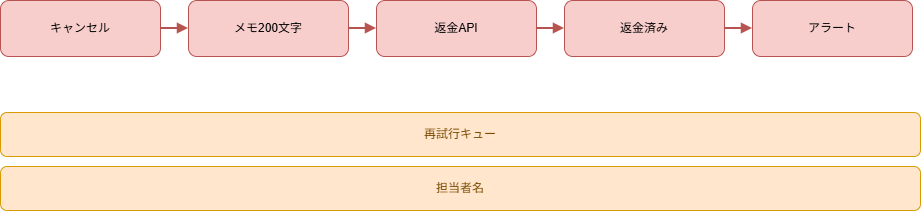
kaku3/workbooks keeps this draw.io diagram as docs/zukai-drill/data/diagrams/easy-refund-flow_bad-diagram.drawio.png. Above is the earlier version. Source tidied: cells renumbered, new cells last; positions are measured from the earlier drawing's top-left corner, leaving out a move shared by most shapes.
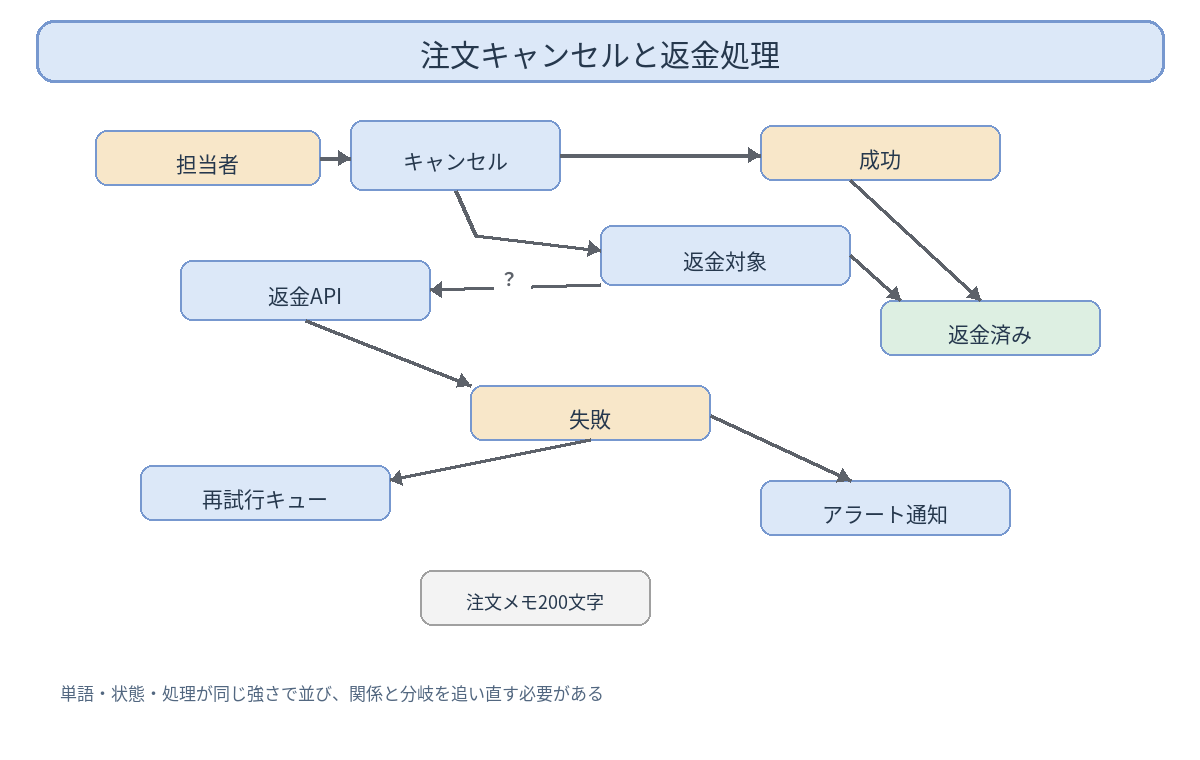
After the change.

Diff of the diagram source:
```diff
@@ -2,38 +2,65 @@
   <root>
     <mxCell id="0" />
     <mxCell id="1" parent="0" />
+    <mxCell id="13" value="注文キャンセルと返金処理" style="rounded=1;whiteSpace=wrap;html=1;fillColor=#DCE8F8;strokeColor=#7798CF;fontSize=24;" parent="1" vertex="1">
+      <mxGeometry x="-4" y="-70" width="1128" height="62" as="geometry" />
+    </mxCell>
+    <mxCell id="14" value="担当者" style="rounded=1;whiteSpace=wrap;html=1;fillColor=#F8E7C9;strokeColor=#7798CF;fontColor=#26384D;fontSize=20;" parent="1" vertex="1">
+      <mxGeometry x="55" y="40" width="225" height="55" as="geometry" />
+    </mxCell>
-    <mxCell id="2" value="キャンセル" style="rounded=1;whiteSpace=wrap;html=1;fillColor=#f8cecc;strokeColor=#b85450;" parent="1" vertex="1">
-      <mxGeometry width="160" height="56" as="geometry" />
+    <mxCell id="2" value="キャンセル" style="rounded=1;whiteSpace=wrap;html=1;fillColor=#DCE8F8;strokeColor=#7798CF;fontColor=#26384D;fontSize=20;" parent="1" vertex="1">
+      <mxGeometry x="310" y="30" width="210" height="70" as="geometry" />
     </mxCell>
-    <mxCell id="3" value="メモ200文字" style="rounded=1;whiteSpace=wrap;html=1;fillColor=#f8cecc;strokeColor=#b85450;" parent="1" vertex="1">
-      <mxGeometry x="188" width="160" height="56" as="geometry" />
-    </mxCell>
-    <mxCell id="4" style="endArrow=block;html=1;rounded=0;strokeColor=#b85450;strokeWidth=2;" parent="1" edge="1" source="2" target="3">
-      <mxGeometry relative="1" as="geometry" />
-    </mxCell>
+    <mxCell id="15" value="成功" style="rounded=1;whiteSpace=wrap;html=1;fillColor=#F8E7C9;strokeColor=#7798CF;fontColor=#26384D;fontSize=20;" parent="1" vertex="1">
+      <mxGeometry x="720" y="35" width="240" height="55" as="geometry" />
+    </mxCell>
+    <mxCell id="16" value="返金対象" style="rounded=1;whiteSpace=wrap;html=1;fillColor=#DCE8F8;strokeColor=#7798CF;fontColor=#26384D;fontSize=20;" parent="1" vertex="1">
+      <mxGeometry x="560" y="135" width="250" height="60" as="geometry" />
+    </mxCell>
-    <mxCell id="5" value="返金API" style="rounded=1;whiteSpace=wrap;html=1;fillColor=#f8cecc;strokeColor=#b85450;" parent="1" vertex="1">
-      <mxGeometry x="376" width="160" height="56" as="geometry" />
+    <mxCell id="5" value="返金API" style="rounded=1;whiteSpace=wrap;html=1;fillColor=#DCE8F8;strokeColor=#7798CF;fontColor=#26384D;fontSize=20;" parent="1" vertex="1">
+      <mxGeometry x="140" y="170" width="250" height="60" as="geometry" />
     </mxCell>
-    <mxCell id="6" style="endArrow=block;html=1;rounded=0;strokeColor=#b85450;strokeWidth=2;" parent="1" edge="1" source="3" target="5">
-      <mxGeometry relative="1" as="geometry" />
-    </mxCell>
-    <mxCell id="7" value="返金済み" style="rounded=1;whiteSpace=wrap;html=1;fillColor=#f8cecc;strokeColor=#b85450;" parent="1" vertex="1">
-      <mxGeometry x="564" width="160" height="56" as="geometry" />
+    <mxCell id="7" value="返金済み" style="rounded=1;whiteSpace=wrap;html=1;fillColor=#DDEFE2;strokeColor=#7798CF;fontColor=#26384D;fontSize=20;" parent="1" vertex="1">
+      <mxGeometry x="840" y="210" width="220" height="55" as="geometry" />
     </mxCell>
-    <mxCell id="8" style="endArrow=block;html=1;rounded=0;strokeColor=#b85450;strokeWidth=2;" parent="1" edge="1" source="5" target="7">
-      <mxGeometry relative="1" as="geometry" />
-    </mxCell>
-    <mxCell id="9" value="アラート" style="rounded=1;whiteSpace=wrap;html=1;fillColor=#f8cecc;strokeColor=#b85450;" parent="1" vertex="1">
-      <mxGeometry x="752" width="160" height="56" as="geometry" />
-    </mxCell>
-    <mxCell id="10" style="endArrow=block;html=1;rounded=0;strokeColor=#b85450;strokeWidth=2;" parent="1" edge="1" source="7" target="9">
-      <mxGeometry relative="1" as="geometry" />
-    </mxCell>
+    <mxCell id="17" value="失敗" style="rounded=1;whiteSpace=wrap;html=1;fillColor=#F8E7C9;strokeColor=#7798CF;fontColor=#26384D;fontSize=20;" parent="1" vertex="1">
+      <mxGeometry x="430" y="295" width="240" height="55" as="geometry" />
+    </mxCell>
-    <mxCell id="11" value="再試行キュー" style="rounded=1;whiteSpace=wrap;html=1;fillColor=#ffe6cc;strokeColor=#d79b00;fontColor=#7a4a00;" parent="1" vertex="1">
-      <mxGeometry y="112" width="920" height="44" as="geometry" />
+    <mxCell id="11" value="再試行キュー" style="rounded=1;whiteSpace=wrap;html=1;fillColor=#DCE8F8;strokeColor=#7798CF;fontColor=#26384D;fontSize=20;" parent="1" vertex="1">
+      <mxGeometry x="100" y="375" width="250" height="55" as="geometry" />
     </mxCell>
-    <mxCell id="12" value="担当者名" style="rounded=1;whiteSpace=wrap;html=1;fillColor=#ffe6cc;strokeColor=#d79b00;fontColor=#7a4a00;" parent="1" vertex="1">
-      <mxGeometry y="166" width="920" height="44" as="geometry" />
-    </mxCell>
+    <mxCell id="18" value="アラート通知" style="rounded=1;whiteSpace=wrap;html=1;fillColor=#DCE8F8;strokeColor=#7798CF;fontColor=#26384D;fontSize=20;" parent="1" vertex="1">
+      <mxGeometry x="720" y="390" width="250" height="55" as="geometry" />
+    </mxCell>
+    <mxCell id="19" value="注文メモ200文字" style="rounded=1;whiteSpace=wrap;html=1;fillColor=#F3F3F3;strokeColor=#7798CF;fontColor=#26384D;fontSize=20;" parent="1" vertex="1">
+      <mxGeometry x="380" y="480" width="230" height="55" as="geometry" />
+    </mxCell>
+    <mxCell id="20" style="edgeStyle=orthogonalEdgeStyle;rounded=0;jettySize=auto;html=1;endArrow=block;endFill=1;strokeColor=#5D626A;fontColor=#26384D;fontSize=16;" parent="1" edge="1" source="14" target="2">
+      <mxGeometry relative="1" as="geometry" />
+    </mxCell>
+    <mxCell id="21" style="edgeStyle=orthogonalEdgeStyle;rounded=0;jettySize=auto;html=1;endArrow=block;endFill=1;strokeColor=#5D626A;fontColor=#26384D;fontSize=16;" parent="1" edge="1" source="2" target="15">
+      <mxGeometry relative="1" as="geometry" />
+    </mxCell>
+    <mxCell id="22" value="?" style="edgeStyle=orthogonalEdgeStyle;rounded=0;jettySize=auto;html=1;endArrow=block;endFill=1;strokeColor=#5D626A;fontColor=#26384D;fontSize=16;" parent="1" edge="1" source="2" target="16">
+      <mxGeometry relative="1" as="geometry" />
+    </mxCell>
+    <mxCell id="23" value="?" style="edgeStyle=orthogonalEdgeStyle;rounded=0;jettySize=auto;html=1;endArrow=block;endFill=1;strokeColor=#5D626A;fontColor=#26384D;fontSize=16;" parent="1" edge="1" source="16" target="5">
+      <mxGeometry relative="1" as="geometry" />
+    </mxCell>
+    <mxCell id="24" style="edgeStyle=orthogonalEdgeStyle;rounded=0;jettySize=auto;html=1;endArrow=block;endFill=1;strokeColor=#5D626A;fontColor=#26384D;fontSize=16;" parent="1" edge="1" source="16" target="7">
+      <mxGeometry relative="1" as="geometry" />
+    </mxCell>
+    <mxCell id="25" style="edgeStyle=orthogonalEdgeStyle;rounded=0;jettySize=auto;html=1;endArrow=block;endFill=1;strokeColor=#5D626A;fontColor=#26384D;fontSize=16;" parent="1" edge="1" source="5" target="17">
+      <mxGeometry relative="1" as="geometry" />
+    </mxCell>
+    <mxCell id="26" style="edgeStyle=orthogonalEdgeStyle;rounded=0;jettySize=auto;html=1;endArrow=block;endFill=1;strokeColor=#5D626A;fontColor=#26384D;fontSize=16;" parent="1" edge="1" source="17" target="11">
+      <mxGeometry relative="1" as="geometry" />
+    </mxCell>
+    <mxCell id="27" style="edgeStyle=orthogonalEdgeStyle;rounded=0;jettySize=auto;html=1;endArrow=block;endFill=1;strokeColor=#5D626A;fontColor=#26384D;fontSize=16;" parent="1" edge="1" source="17" target="18">
+      <mxGeometry relative="1" as="geometry" />
+    </mxCell>
+    <mxCell id="28" style="edgeStyle=orthogonalEdgeStyle;rounded=0;jettySize=auto;html=1;endArrow=block;endFill=1;strokeColor=#5D626A;fontColor=#26384D;fontSize=16;" parent="1" edge="1" source="15" target="7">
+      <mxGeometry relative="1" as="geometry" />
+    </mxCell>
   </root>
 </mxGraphModel>
```
